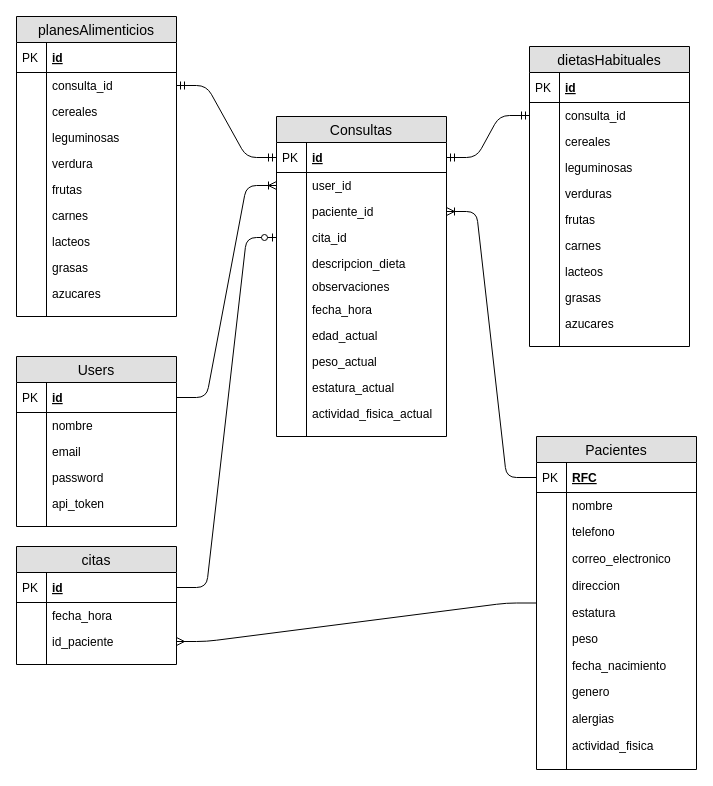
Above: baseDeDatosProyecto.drawio in elagabalus01/nutrikit (draw.io), before the change. Source tidied: cells renumbered, new cells numbered last; positions are measured from the earlier drawing's top-left corner, leaving out a move shared by most shapes. Both pictures are drawn from the tidied source at 100%, with x=0, y=0 at pixel (16, 16).
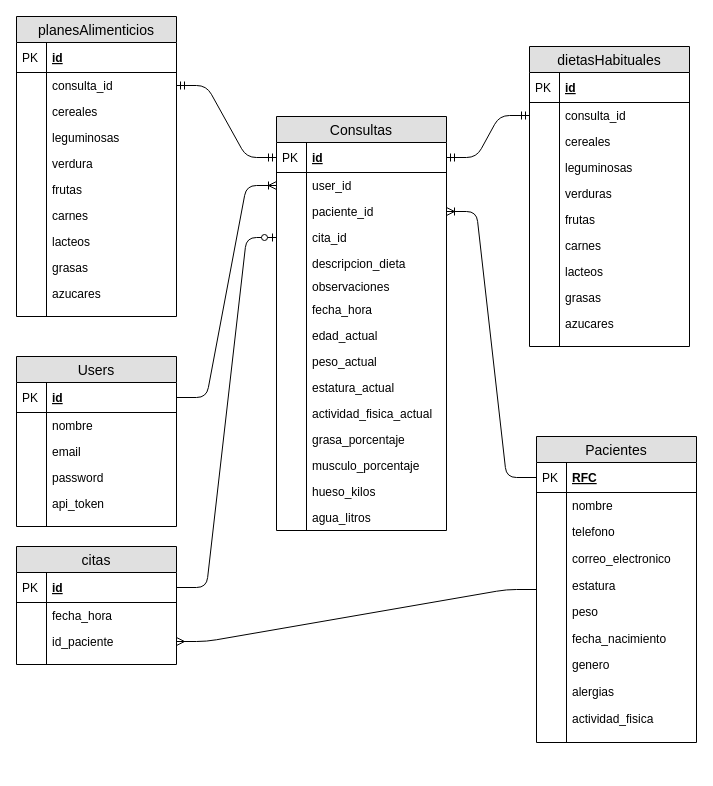
Above is the later version.

The edit, as a diff of the source:
```diff
@@
     <mxCell id="15" value="Pacientes" style="swimlane;fontStyle=0;horizontal=1;startSize=26;fillColor=#e0e0e0;swimlaneFillColor=#ffffff;align=center;fontSize=14;" parent="1" vertex="1">
-      <mxGeometry x="520" y="420" width="160" height="333" as="geometry" />
+      <mxGeometry x="520" y="420" width="160" height="306" as="geometry" />
     </mxCell>
@@
-    <mxCell id="24" value="direccion" style="shape=partialRectangle;top=0;left=0;right=0;bottom=0;align=left;verticalAlign=top;fillColor=none;spacingLeft=34;spacingRight=4;overflow=hidden;fontSize=12;" parent="15" vertex="1">
-      <mxGeometry y="136" width="160" height="27" as="geometry" />
-    </mxCell>
-    <mxCell id="25" style="shape=partialRectangle;top=0;left=0;bottom=0;fillColor=none;align=left;verticalAlign=top;spacingLeft=4;spacingRight=4;overflow=hidden;fontSize=12;" parent="24" vertex="1">
-      <mxGeometry width="30" height="26" as="geometry" />
-    </mxCell>
     <mxCell id="26" value="estatura" style="shape=partialRectangle;top=0;left=0;right=0;bottom=0;align=left;verticalAlign=top;fillColor=none;spacingLeft=34;spacingRight=4;overflow=hidden;fontSize=12;" parent="15" vertex="1">
-      <mxGeometry y="163" width="160" height="26" as="geometry" />
+      <mxGeometry y="136" width="160" height="26" as="geometry" />
     </mxCell>
@@
     <mxCell id="28" value="peso" style="shape=partialRectangle;top=0;left=0;right=0;bottom=0;align=left;verticalAlign=top;fillColor=none;spacingLeft=34;spacingRight=4;overflow=hidden;fontSize=12;" parent="15" vertex="1">
-      <mxGeometry y="189" width="160" height="27" as="geometry" />
+      <mxGeometry y="162" width="160" height="27" as="geometry" />
     </mxCell>
@@
     <mxCell id="30" value="fecha_nacimiento" style="shape=partialRectangle;top=0;left=0;right=0;bottom=0;align=left;verticalAlign=top;fillColor=none;spacingLeft=34;spacingRight=4;overflow=hidden;fontSize=12;" parent="15" vertex="1">
-      <mxGeometry y="216" width="160" height="26" as="geometry" />
+      <mxGeometry y="189" width="160" height="26" as="geometry" />
     </mxCell>
@@
     <mxCell id="32" value="genero" style="shape=partialRectangle;top=0;left=0;right=0;bottom=0;align=left;verticalAlign=top;fillColor=none;spacingLeft=34;spacingRight=4;overflow=hidden;fontSize=12;" parent="15" vertex="1">
-      <mxGeometry y="242" width="160" height="27" as="geometry" />
+      <mxGeometry y="215" width="160" height="27" as="geometry" />
     </mxCell>
@@
     <mxCell id="34" value="alergias" style="shape=partialRectangle;top=0;left=0;right=0;bottom=0;align=left;verticalAlign=top;fillColor=none;spacingLeft=34;spacingRight=4;overflow=hidden;fontSize=12;" parent="15" vertex="1">
-      <mxGeometry y="269" width="160" height="27" as="geometry" />
+      <mxGeometry y="242" width="160" height="27" as="geometry" />
     </mxCell>
@@
     <mxCell id="36" value="actividad_fisica" style="shape=partialRectangle;top=0;left=0;right=0;bottom=0;align=left;verticalAlign=top;fillColor=none;spacingLeft=34;spacingRight=4;overflow=hidden;fontSize=12;" parent="15" vertex="1">
-      <mxGeometry y="296" width="160" height="27" as="geometry" />
+      <mxGeometry y="269" width="160" height="27" as="geometry" />
     </mxCell>
@@
     <mxCell id="38" style="shape=partialRectangle;top=0;left=0;right=0;bottom=0;align=left;verticalAlign=top;fillColor=none;spacingLeft=34;spacingRight=4;overflow=hidden;fontSize=12;" parent="15" vertex="1">
-      <mxGeometry y="323" width="160" height="10" as="geometry" />
+      <mxGeometry y="296" width="160" height="10" as="geometry" />
     </mxCell>
@@
     <mxCell id="49" value="Consultas" style="swimlane;fontStyle=0;horizontal=1;startSize=26;fillColor=#e0e0e0;swimlaneFillColor=#ffffff;align=center;fontSize=14;" parent="1" vertex="1">
-      <mxGeometry x="260" y="100" width="170" height="320" as="geometry" />
+      <mxGeometry x="260" y="100" width="170" height="414" as="geometry" />
     </mxCell>
@@
-    <mxCell id="72" style="shape=partialRectangle;top=0;left=0;right=0;bottom=0;align=left;verticalAlign=top;fillColor=none;spacingLeft=34;spacingRight=4;overflow=hidden;fontSize=12;" parent="49" vertex="1">
-      <mxGeometry y="310" width="170" height="10" as="geometry" />
-    </mxCell>
-    <mxCell id="73" style="shape=partialRectangle;top=0;left=0;bottom=0;fillColor=none;align=left;verticalAlign=top;spacingLeft=4;spacingRight=4;overflow=hidden;fontSize=12;" parent="72" vertex="1">
-      <mxGeometry width="30" height="10" as="geometry" />
-    </mxCell>
+    <mxCell id="126" value="grasa_porcentaje" style="shape=partialRectangle;top=0;left=0;right=0;bottom=0;align=left;verticalAlign=top;fillColor=none;spacingLeft=34;spacingRight=4;overflow=hidden;fontSize=12;" parent="49" vertex="1">
+      <mxGeometry y="310" width="170" height="26" as="geometry" />
+    </mxCell>
+    <mxCell id="127" style="shape=partialRectangle;top=0;left=0;bottom=0;fillColor=none;align=left;verticalAlign=top;spacingLeft=4;spacingRight=4;overflow=hidden;fontSize=12;" parent="126" vertex="1">
+      <mxGeometry width="30" height="26" as="geometry" />
+    </mxCell>
+    <mxCell id="128" value="musculo_porcentaje" style="shape=partialRectangle;top=0;left=0;right=0;bottom=0;align=left;verticalAlign=top;fillColor=none;spacingLeft=34;spacingRight=4;overflow=hidden;fontSize=12;" parent="49" vertex="1">
+      <mxGeometry y="336" width="170" height="26" as="geometry" />
+    </mxCell>
+    <mxCell id="129" style="shape=partialRectangle;top=0;left=0;bottom=0;fillColor=none;align=left;verticalAlign=top;spacingLeft=4;spacingRight=4;overflow=hidden;fontSize=12;" parent="128" vertex="1">
+      <mxGeometry width="30" height="26" as="geometry" />
+    </mxCell>
+    <mxCell id="130" value="hueso_kilos" style="shape=partialRectangle;top=0;left=0;right=0;bottom=0;align=left;verticalAlign=top;fillColor=none;spacingLeft=34;spacingRight=4;overflow=hidden;fontSize=12;" parent="49" vertex="1">
+      <mxGeometry y="362" width="170" height="26" as="geometry" />
+    </mxCell>
+    <mxCell id="131" style="shape=partialRectangle;top=0;left=0;bottom=0;fillColor=none;align=left;verticalAlign=top;spacingLeft=4;spacingRight=4;overflow=hidden;fontSize=12;" parent="130" vertex="1">
+      <mxGeometry width="30" height="26" as="geometry" />
+    </mxCell>
+    <mxCell id="132" value="agua_litros" style="shape=partialRectangle;top=0;left=0;right=0;bottom=0;align=left;verticalAlign=top;fillColor=none;spacingLeft=34;spacingRight=4;overflow=hidden;fontSize=12;" parent="49" vertex="1">
+      <mxGeometry y="388" width="170" height="26" as="geometry" />
+    </mxCell>
+    <mxCell id="133" style="shape=partialRectangle;top=0;left=0;bottom=0;fillColor=none;align=left;verticalAlign=top;spacingLeft=4;spacingRight=4;overflow=hidden;fontSize=12;" parent="132" vertex="1">
+      <mxGeometry width="30" height="26" as="geometry" />
+    </mxCell>
```
